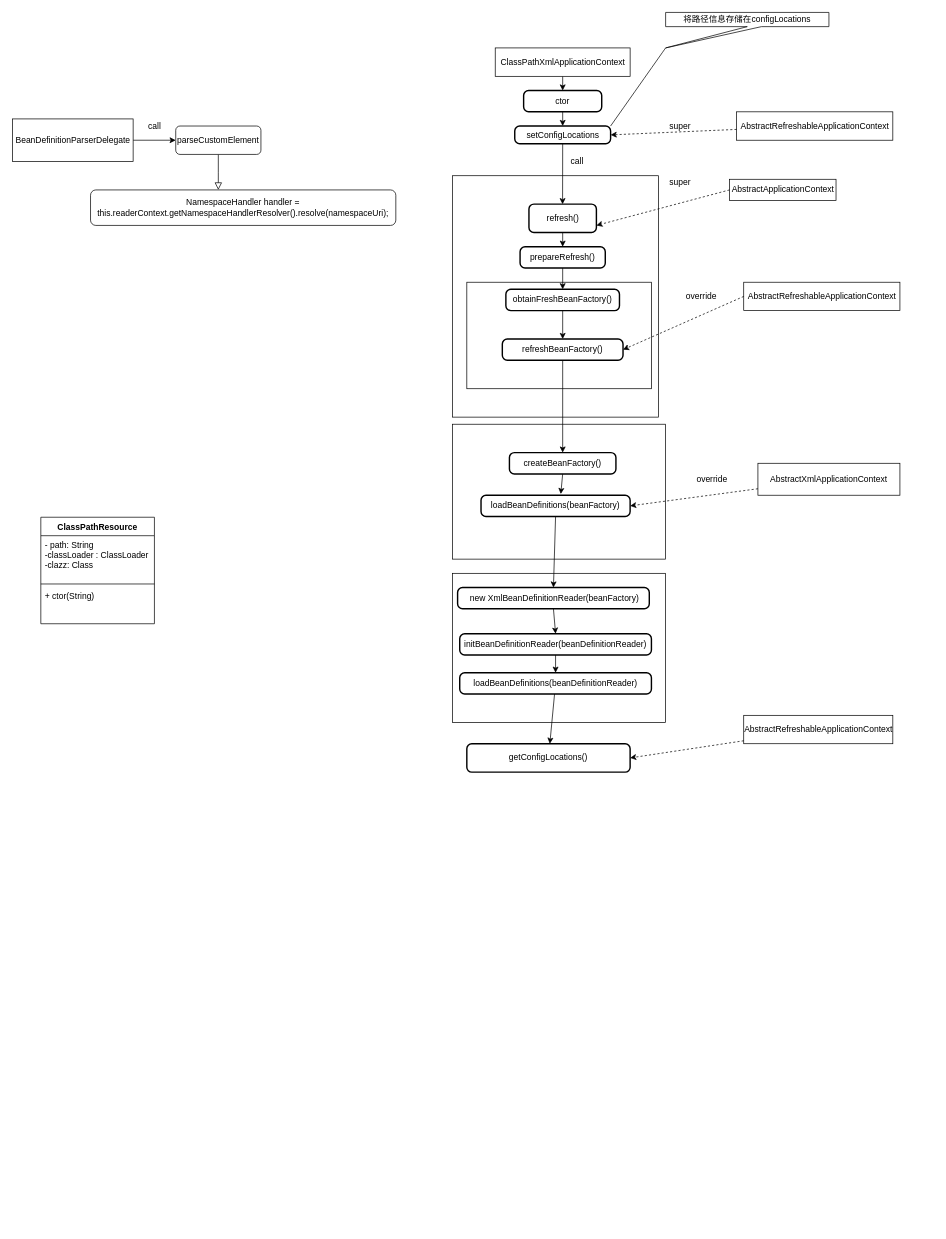
The draw.io diagram diagrams/springframework1.drawio in arxobject/spring_analysis, before the edit. Source tidied: cells renumbered, new cells numbered last; positions are measured from the earlier drawing's top-left corner, leaving out a move shared by most shapes. Both pictures are drawn from the tidied source at 71%, with x=0, y=0 at pixel (12, 12).
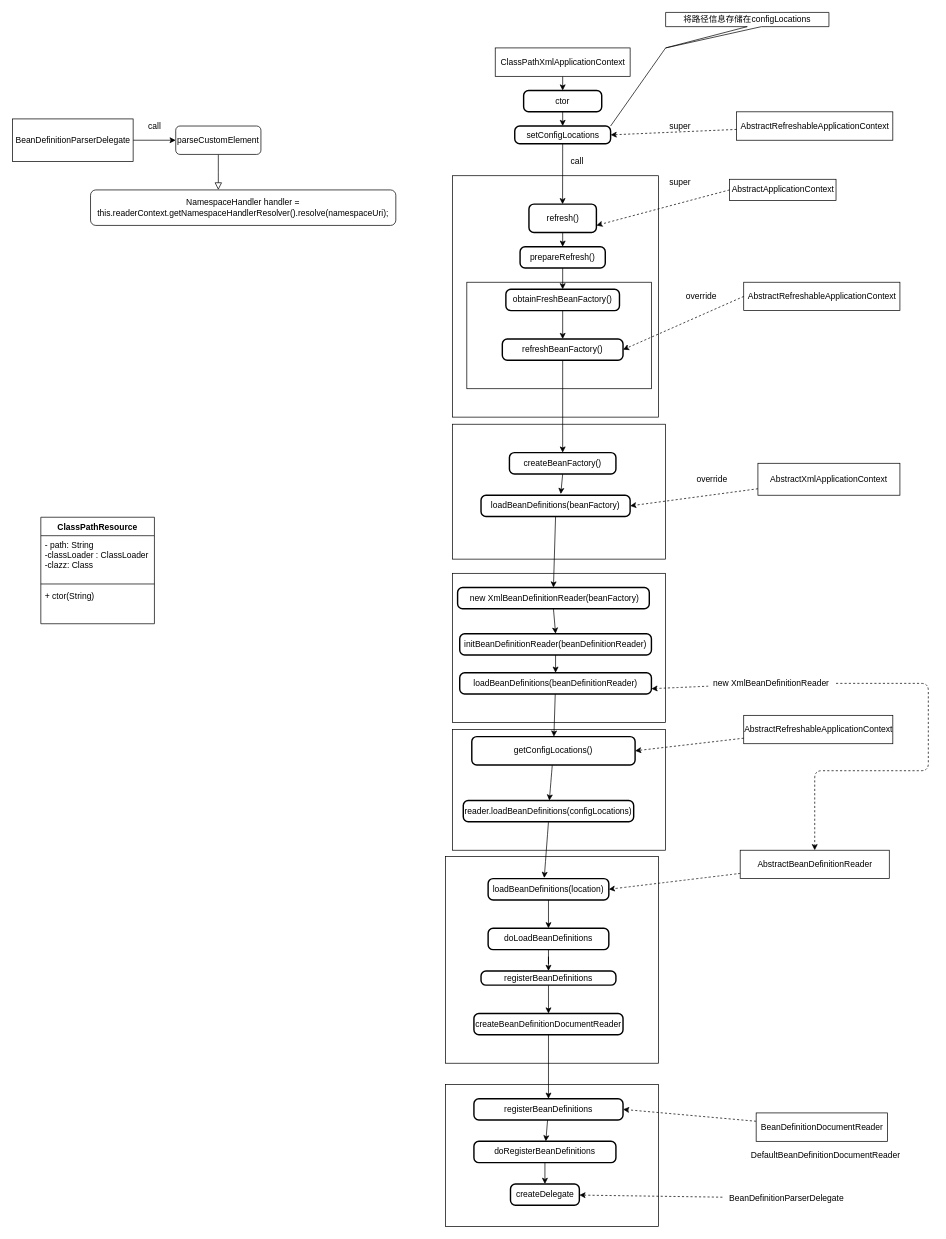
After the change.

The change refers to these unchanged cells:
```xml
<mxCell id="47" value="loadBeanDefinitions(beanDefinitionReader)" style="rounded=1;whiteSpace=wrap;html=1;absoluteArcSize=1;arcSize=14;strokeWidth=2;fillColor=none;" parent="1" vertex="1">
  <mxGeometry x="630" y="930" width="270" height="30" as="geometry" />
</mxCell>
```

Change to the diagram source:
```diff
@@
+    <mxCell id="59" style="edgeStyle=none;curved=1;jettySize=auto;html=1;endArrow=classic;endFill=1;" parent="1" edge="1" source="48" target="61">
+      <mxGeometry relative="1" as="geometry" />
+    </mxCell>
     <mxCell id="48" value="getConfigLocations()" style="rounded=1;whiteSpace=wrap;html=1;absoluteArcSize=1;arcSize=14;strokeWidth=2;fillColor=none;" parent="1" vertex="1">
-      <mxGeometry x="640" y="1030" width="230" height="40" as="geometry" />
+      <mxGeometry x="647" y="1020" width="230" height="40" as="geometry" />
     </mxCell>
@@
+    <mxCell id="60" style="edgeStyle=none;curved=1;jettySize=auto;html=1;exitX=0.5;exitY=1;exitDx=0;exitDy=0;entryX=0.465;entryY=-0.033;entryDx=0;entryDy=0;entryPerimeter=0;endArrow=classic;endFill=1;" parent="1" edge="1" source="61" target="64">
+      <mxGeometry relative="1" as="geometry" />
+    </mxCell>
+    <mxCell id="61" value="reader.loadBeanDefinitions(configLocations)" style="rounded=1;whiteSpace=wrap;html=1;absoluteArcSize=1;arcSize=14;strokeWidth=2;fillColor=none;" parent="1" vertex="1">
+      <mxGeometry x="635" y="1110" width="240" height="30" as="geometry" />
+    </mxCell>
+    <mxCell id="62" style="rounded=0;whiteSpace=wrap;html=1;strokeColor=#000000;fillColor=none;" parent="1" vertex="1">
+      <mxGeometry x="610" y="1189" width="300" height="291" as="geometry" />
+    </mxCell>
+    <mxCell id="63" style="edgeStyle=orthogonalEdgeStyle;jettySize=auto;html=1;entryX=0.5;entryY=0;entryDx=0;entryDy=0;endArrow=classic;endFill=1;" parent="1" edge="1" source="64" target="72">
+      <mxGeometry relative="1" as="geometry" />
+    </mxCell>
+    <mxCell id="64" value="loadBeanDefinitions(location)" style="rounded=1;whiteSpace=wrap;html=1;absoluteArcSize=1;arcSize=14;strokeWidth=2;fillColor=none;" parent="1" vertex="1">
+      <mxGeometry x="670" y="1220" width="170" height="30" as="geometry" />
+    </mxCell>
+    <mxCell id="65" style="rounded=0;whiteSpace=wrap;html=1;strokeColor=#000000;fillColor=none;" parent="1" vertex="1">
+      <mxGeometry x="620" y="1010" width="300" height="170" as="geometry" />
+    </mxCell>
+    <mxCell id="66" style="edgeStyle=none;curved=1;jettySize=auto;html=1;entryX=1;entryY=0.5;entryDx=0;entryDy=0;endArrow=classic;endFill=1;dashed=1;" parent="1" edge="1" source="67" target="64">
+      <mxGeometry relative="1" as="geometry" />
+    </mxCell>
+    <mxCell id="67" value="AbstractBeanDefinitionReader" style="html=1;fillColor=none;" parent="1" vertex="1">
+      <mxGeometry x="1025" y="1180" width="210" height="40" as="geometry" />
+    </mxCell>
+    <mxCell id="68" style="edgeStyle=none;curved=1;jettySize=auto;html=1;entryX=1;entryY=0.75;entryDx=0;entryDy=0;dashed=1;endArrow=classic;endFill=1;" parent="1" edge="1" source="70" target="47">
+      <mxGeometry relative="1" as="geometry" />
+    </mxCell>
+    <mxCell id="69" style="edgeStyle=orthogonalEdgeStyle;jettySize=auto;html=1;entryX=0.5;entryY=0;entryDx=0;entryDy=0;dashed=1;endArrow=classic;endFill=1;" parent="1" edge="1" source="70" target="67">
+      <mxGeometry relative="1" as="geometry">
+        <Array as="points">
+          <mxPoint x="1290" y="945" />
+          <mxPoint x="1290" y="1068" />
+          <mxPoint x="1130" y="1068" />
+        </Array>
+      </mxGeometry>
+    </mxCell>
+    <mxCell id="70" value="new XmlBeanDefinitionReader&amp;nbsp;" style="text;html=1;align=center;verticalAlign=middle;points=[];fillColor=none;strokeColor=none;rounded=0;" parent="1" vertex="1">
+      <mxGeometry x="980" y="935" width="180" height="20" as="geometry" />
+    </mxCell>
+    <mxCell id="71" style="edgeStyle=orthogonalEdgeStyle;rounded=0;jettySize=auto;html=1;entryX=0.5;entryY=0;entryDx=0;entryDy=0;" parent="1" edge="1" source="72" target="74">
+      <mxGeometry relative="1" as="geometry" />
+    </mxCell>
+    <mxCell id="72" value="doLoadBeanDefinitions" style="rounded=1;whiteSpace=wrap;html=1;absoluteArcSize=1;arcSize=14;strokeWidth=2;fillColor=none;" parent="1" vertex="1">
+      <mxGeometry x="670" y="1290" width="170" height="30" as="geometry" />
+    </mxCell>
+    <mxCell id="73" style="edgeStyle=orthogonalEdgeStyle;rounded=0;jettySize=auto;html=1;" parent="1" edge="1" source="74" target="76">
+      <mxGeometry relative="1" as="geometry" />
+    </mxCell>
+    <mxCell id="74" value="registerBeanDefinitions" style="rounded=1;whiteSpace=wrap;html=1;absoluteArcSize=1;arcSize=14;strokeWidth=2;" parent="1" vertex="1">
+      <mxGeometry x="660" y="1350" width="190" height="20" as="geometry" />
+    </mxCell>
+    <mxCell id="75" style="edgeStyle=orthogonalEdgeStyle;rounded=0;jettySize=auto;html=1;entryX=0.5;entryY=0;entryDx=0;entryDy=0;" parent="1" edge="1" source="76" target="82">
+      <mxGeometry relative="1" as="geometry" />
+    </mxCell>
+    <mxCell id="76" value="createBeanDefinitionDocumentReader" style="rounded=1;whiteSpace=wrap;html=1;absoluteArcSize=1;arcSize=14;strokeWidth=2;" parent="1" vertex="1">
+      <mxGeometry x="650" y="1410" width="210" height="30" as="geometry" />
+    </mxCell>
+    <mxCell id="77" style="rounded=0;jettySize=auto;html=1;entryX=1;entryY=0.5;entryDx=0;entryDy=0;dashed=1;" parent="1" edge="1" source="78" target="82">
+      <mxGeometry relative="1" as="geometry" />
+    </mxCell>
+    <mxCell id="78" value="BeanDefinitionDocumentReader" style="html=1;" parent="1" vertex="1">
+      <mxGeometry x="1047.5" y="1550" width="185" height="40" as="geometry" />
+    </mxCell>
+    <mxCell id="79" style="rounded=0;whiteSpace=wrap;html=1;fillColor=none;" parent="1" vertex="1">
+      <mxGeometry x="610" y="1510" width="300" height="200" as="geometry" />
+    </mxCell>
+    <mxCell id="80" value="DefaultBeanDefinitionDocumentReader" style="text;html=1;align=center;verticalAlign=middle;fillColor=none;strokeColor=none;rounded=0;" parent="1" vertex="1">
+      <mxGeometry x="1030" y="1600" width="230" height="20" as="geometry" />
+    </mxCell>
+    <mxCell id="81" style="edgeStyle=none;rounded=0;jettySize=auto;html=1;" parent="1" edge="1" source="82" target="84">
+      <mxGeometry relative="1" as="geometry" />
+    </mxCell>
+    <mxCell id="82" value="registerBeanDefinitions" style="rounded=1;whiteSpace=wrap;html=1;absoluteArcSize=1;arcSize=14;strokeWidth=2;fillColor=none;" parent="1" vertex="1">
+      <mxGeometry x="650" y="1530" width="210" height="30" as="geometry" />
+    </mxCell>
+    <mxCell id="83" style="edgeStyle=none;rounded=0;jettySize=auto;html=1;" parent="1" edge="1" source="84" target="85">
+      <mxGeometry relative="1" as="geometry" />
+    </mxCell>
+    <mxCell id="84" value="doRegisterBeanDefinitions" style="rounded=1;whiteSpace=wrap;html=1;absoluteArcSize=1;arcSize=14;strokeWidth=2;fillColor=none;" parent="1" vertex="1">
+      <mxGeometry x="650" y="1590" width="200" height="30" as="geometry" />
+    </mxCell>
+    <mxCell id="85" value="createDelegate" style="rounded=1;whiteSpace=wrap;html=1;absoluteArcSize=1;arcSize=14;strokeWidth=2;fillColor=none;" parent="1" vertex="1">
+      <mxGeometry x="701.5" y="1650" width="97" height="30" as="geometry" />
+    </mxCell>
+    <mxCell id="86" style="edgeStyle=none;rounded=0;jettySize=auto;html=1;dashed=1;" parent="1" edge="1" source="87" target="85">
+      <mxGeometry relative="1" as="geometry" />
+    </mxCell>
+    <mxCell id="87" value="BeanDefinitionParserDelegate" style="text;html=1;align=center;verticalAlign=middle;points=[];fillColor=none;strokeColor=none;rounded=0;" parent="1" vertex="1">
+      <mxGeometry x="1000" y="1660" width="180" height="20" as="geometry" />
+    </mxCell>
```
